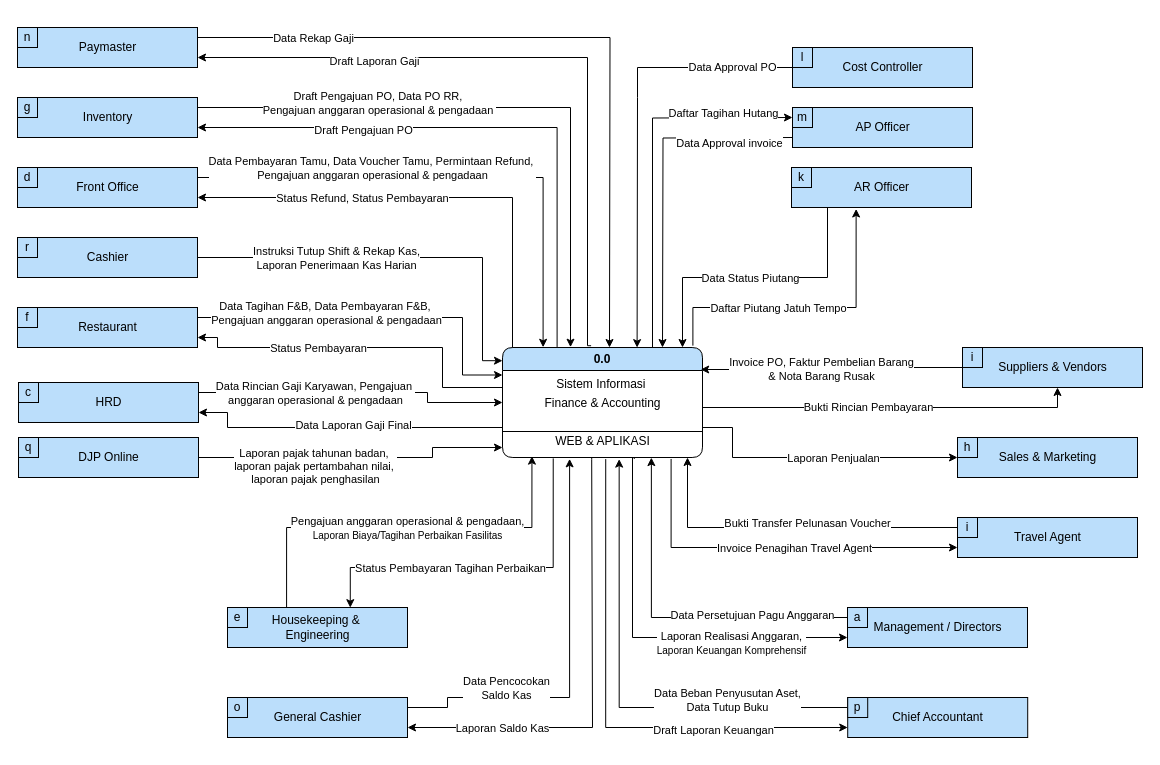
elikawicaksana/BuildIT_BasisData keeps this draw.io diagram as page "Diagram Konteks" (7 of 10) of DFD-FINANCE-MARU.drawio. Above is the earlier version. Source tidied: cells renumbered, new cells numbered last; positions are measured from the earlier drawing's top-left corner, leaving out a move shared by most shapes. Both pictures are drawn from the tidied source at 100%, with x=0, y=0 at pixel (17, 27).
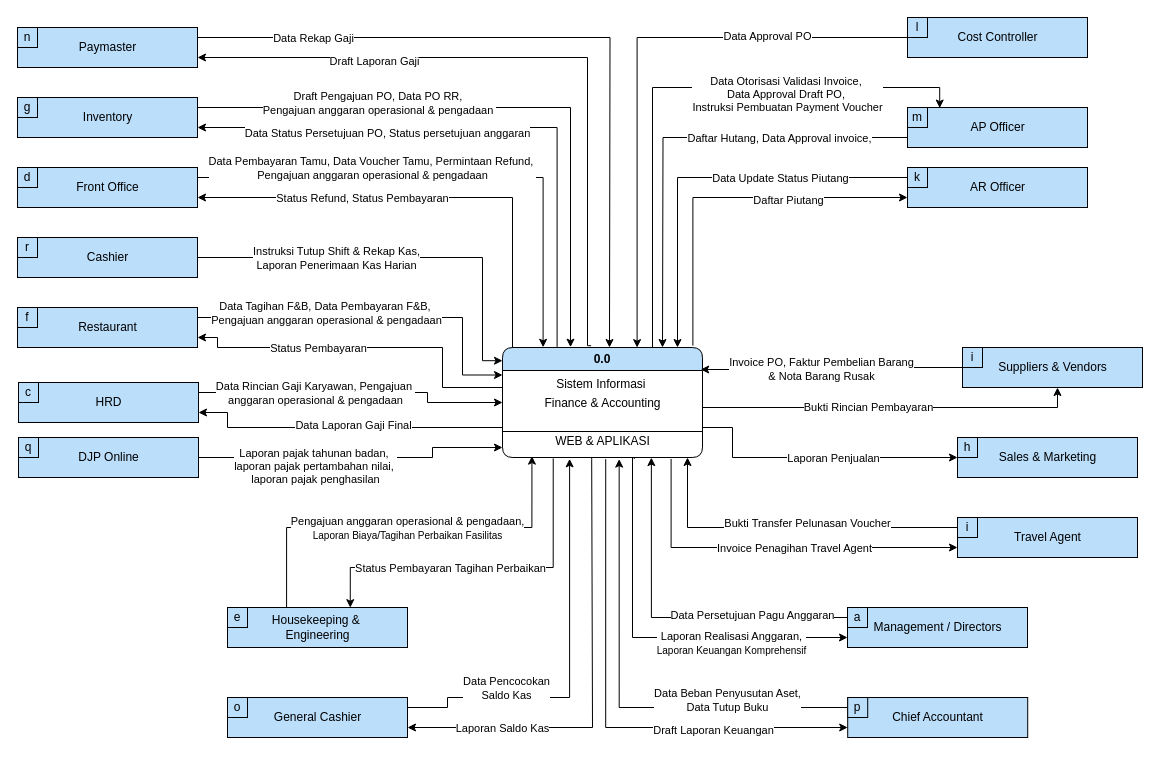
After the change.

The change refers to these unchanged cells:
```xml
<mxCell id="3" value="0.0" style="swimlane;whiteSpace=wrap;html=1;fillColor=#bbdefb;rounded=1;" parent="2" vertex="1">
  <mxGeometry width="200" height="110" as="geometry" />
</mxCell>
<mxCell id="85" style="rounded=0;whiteSpace=wrap;html=1;fillColor=#bbdefb;" parent="84" vertex="1">
  <mxGeometry x="-30" width="180" height="40" as="geometry" />
</mxCell>
<mxCell id="87" value="k" style="rounded=0;whiteSpace=wrap;html=1;labelBackgroundColor=none;fillColor=light-dark(#bbdefb, #193750);strokeColor=#000000;" parent="83" vertex="1">
  <mxGeometry width="20" height="20" as="geometry" />
</mxCell>
<mxCell id="92" value="l" style="rounded=0;whiteSpace=wrap;html=1;labelBackgroundColor=none;fillColor=light-dark(#bbdefb, #193750);strokeColor=#000000;" parent="88" vertex="1">
  <mxGeometry width="20" height="20" as="geometry" />
</mxCell>
<mxCell id="95" style="rounded=0;whiteSpace=wrap;html=1;fillColor=#bbdefb;" parent="94" vertex="1">
  <mxGeometry x="-30" width="180" height="40" as="geometry" />
</mxCell>
<mxCell id="141" style="edgeStyle=orthogonalEdgeStyle;rounded=0;jettySize=auto;html=1;entryX=1;entryY=0.75;entryDx=0;entryDy=0;exitX=0.273;exitY=-0.005;exitDx=0;exitDy=0;exitPerimeter=0;" parent="1" edge="1" source="3" target="113">
  <mxGeometry relative="1" as="geometry" />
</mxCell>
```

The edit, as a diff of the source:
```diff
@@
-    <mxCell id="28" style="edgeStyle=orthogonalEdgeStyle;rounded=0;jettySize=auto;html=1;entryX=0.673;entryY=0.001;entryDx=0;entryDy=0;entryPerimeter=0;exitX=0;exitY=0.5;exitDx=0;exitDy=0;" parent="1" edge="1" target="3">
+    <mxCell id="28" style="edgeStyle=orthogonalEdgeStyle;rounded=0;jettySize=auto;html=1;entryX=0.673;entryY=0.001;entryDx=0;entryDy=0;entryPerimeter=0;exitX=0;exitY=1;exitDx=0;exitDy=0;" parent="1" edge="1" source="92" target="3">
       <mxGeometry relative="1" as="geometry">
-        <mxPoint x="775" y="40" as="sourcePoint" />
         <Array as="points">
-          <mxPoint x="620" y="40" />
-          <mxPoint x="620" y="70" />
+          <mxPoint x="620" y="10" />
         </Array>
       </mxGeometry>
     </mxCell>
     <mxCell id="29" value="Data Approval PO" style="edgeLabel;html=1;align=center;verticalAlign=middle;" parent="28" vertex="1">
       <mxGeometry x="0.14" y="3" relative="1" as="geometry">
-        <mxPoint x="92" y="-94" as="offset" />
+        <mxPoint x="127" y="-62" as="offset" />
       </mxGeometry>
     </mxCell>
-    <mxCell id="30" style="edgeStyle=orthogonalEdgeStyle;rounded=0;orthogonalLoop=1;jettySize=auto;html=1;exitX=0.25;exitY=1;exitDx=0;exitDy=0;" parent="1" edge="1">
+    <mxCell id="30" style="edgeStyle=orthogonalEdgeStyle;rounded=0;jettySize=auto;html=1;exitX=0;exitY=0.5;exitDx=0;exitDy=0;entryX=0.875;entryY=0;entryDx=0;entryDy=0;entryPerimeter=0;" parent="1" edge="1" source="87" target="3">
       <mxGeometry relative="1" as="geometry">
-        <mxPoint x="810" y="180" as="sourcePoint" />
-        <mxPoint x="665" y="320" as="targetPoint" />
         <Array as="points">
-          <mxPoint x="810" y="250" />
-          <mxPoint x="665" y="250" />
+          <mxPoint x="660" y="150" />
         </Array>
       </mxGeometry>
     </mxCell>
-    <mxCell id="31" value="Data Status Piutang" style="edgeLabel;html=1;align=center;verticalAlign=middle;" parent="30" vertex="1">
+    <mxCell id="31" value="Data Update Status Piutang" style="edgeLabel;html=1;align=center;verticalAlign=middle;" parent="30" vertex="1">
       <mxGeometry x="0.09" y="3" relative="1" as="geometry">
-        <mxPoint x="7" y="-3" as="offset" />
+        <mxPoint x="90" y="-3" as="offset" />
       </mxGeometry>
     </mxCell>
-    <mxCell id="32" style="edgeStyle=orthogonalEdgeStyle;rounded=0;jettySize=auto;html=1;entryX=0.952;entryY=-0.017;entryDx=0;entryDy=0;entryPerimeter=0;exitX=0.359;exitY=1.037;exitDx=0;exitDy=0;startArrow=classic;startFill=1;endArrow=none;endFill=0;exitPerimeter=0;" parent="1" edge="1" source="85" target="3">
+    <mxCell id="32" style="edgeStyle=orthogonalEdgeStyle;rounded=0;jettySize=auto;html=1;entryX=0.952;entryY=-0.017;entryDx=0;entryDy=0;entryPerimeter=0;exitX=0;exitY=0.75;exitDx=0;exitDy=0;startArrow=classic;startFill=1;endArrow=none;endFill=0;" parent="1" edge="1" source="85" target="3">
       <mxGeometry relative="1" as="geometry">
         <Array as="points">
-          <mxPoint x="839" y="280" />
-          <mxPoint x="675" y="280" />
+          <mxPoint x="675" y="170" />
         </Array>
       </mxGeometry>
     </mxCell>
-    <mxCell id="33" value="Daftar Piutang&amp;nbsp;&lt;span style=&quot;background-color: light-dark(#ffffff, var(--ge-dark-color, #121212)); color: light-dark(rgb(0, 0, 0), rgb(255, 255, 255));&quot;&gt;Jatuh Tempo&lt;/span&gt;" style="edgeLabel;html=1;align=center;verticalAlign=middle;" parent="32" vertex="1">
+    <mxCell id="33" value="Daftar Piutang" style="edgeLabel;html=1;align=center;verticalAlign=middle;" parent="32" vertex="1">
       <mxGeometry x="0.48" y="1" relative="1" as="geometry">
-        <mxPoint x="45" y="-1" as="offset" />
+        <mxPoint x="94" y="-51" as="offset" />
       </mxGeometry>
     </mxCell>
-    <mxCell id="34" style="edgeStyle=orthogonalEdgeStyle;rounded=0;jettySize=auto;html=1;entryX=0.75;entryY=0;entryDx=0;entryDy=0;exitX=0;exitY=0.25;exitDx=0;exitDy=0;startArrow=classic;startFill=1;endArrow=none;endFill=0;" parent="1" edge="1" target="3">
-      <mxGeometry relative="1" as="geometry">
-        <mxPoint x="775" y="90" as="sourcePoint" />
-      </mxGeometry>
+    <mxCell id="34" style="edgeStyle=orthogonalEdgeStyle;rounded=0;jettySize=auto;html=1;entryX=0.75;entryY=0;entryDx=0;entryDy=0;startArrow=classic;startFill=1;endArrow=none;endFill=0;exitX=0.179;exitY=0.014;exitDx=0;exitDy=0;exitPerimeter=0;" parent="1" edge="1" source="95" target="3">
+      <mxGeometry relative="1" as="geometry" />
     </mxCell>
-    <mxCell id="35" value="Daftar Tagihan Hutang" style="edgeLabel;html=1;align=center;verticalAlign=middle;" parent="34" vertex="1">
+    <mxCell id="35" value="Data Otorisasi Validasi Invoice,&amp;nbsp;&lt;div&gt;Data Approval Draft PO,&amp;nbsp;&lt;/div&gt;&lt;div&gt;Instruksi Pembuatan Payment Voucher&lt;/div&gt;" style="edgeLabel;html=1;align=center;verticalAlign=middle;" parent="34" vertex="1">
       <mxGeometry x="-0.34" relative="1" as="geometry">
-        <mxPoint x="52" y="-5" as="offset" />
+        <mxPoint x="14" y="6" as="offset" />
       </mxGeometry>
     </mxCell>
-    <mxCell id="36" style="edgeStyle=orthogonalEdgeStyle;rounded=0;orthogonalLoop=1;jettySize=auto;html=1;exitX=0;exitY=0.75;exitDx=0;exitDy=0;" parent="1" edge="1">
+    <mxCell id="36" style="edgeStyle=orthogonalEdgeStyle;rounded=0;jettySize=auto;html=1;exitX=0;exitY=0.75;exitDx=0;exitDy=0;" parent="1" edge="1" source="95">
       <mxGeometry relative="1" as="geometry">
-        <mxPoint x="775" y="110" as="sourcePoint" />
         <mxPoint x="645" y="320" as="targetPoint" />
       </mxGeometry>
     </mxCell>
-    <mxCell id="37" value="Data Approval invoice" style="edgeLabel;html=1;align=center;verticalAlign=middle;" parent="36" vertex="1">
+    <mxCell id="37" value="Daftar Hutang, Data Approval invoice," style="edgeLabel;html=1;align=center;verticalAlign=middle;" parent="36" vertex="1">
       <mxGeometry x="-0.43" relative="1" as="geometry">
-        <mxPoint x="33" y="5" as="offset" />
+        <mxPoint x="1" as="offset" />
       </mxGeometry>
     </mxCell>
@@
     <mxCell id="83" style="group;" parent="1" vertex="1">
-      <mxGeometry x="774" y="140" width="180" height="50" as="geometry" />
+      <mxGeometry x="890" y="140" width="180" height="50" as="geometry" />
     </mxCell>
@@
     <mxCell id="88" style="group;" parent="1" vertex="1">
-      <mxGeometry x="775" y="20" width="180" height="50" as="geometry" />
+      <mxGeometry x="890" y="-10" width="180" height="50" as="geometry" />
     </mxCell>
@@
     <mxCell id="93" style="group;" parent="1" vertex="1">
-      <mxGeometry x="775" y="80" width="180" height="50" as="geometry" />
+      <mxGeometry x="890" y="80" width="180" height="50" as="geometry" />
     </mxCell>
@@
-    <mxCell id="142" value="Draft Pengajuan PO" style="edgeLabel;html=1;align=center;verticalAlign=middle;" parent="141" vertex="1">
+    <mxCell id="142" value="Data Status Persetujuan PO, Status persetujuan anggaran" style="edgeLabel;html=1;align=center;verticalAlign=middle;" parent="141" vertex="1">
       <mxGeometry x="0.43" y="3" relative="1" as="geometry">
-        <mxPoint y="-1" as="offset" />
+        <mxPoint x="24" y="2" as="offset" />
       </mxGeometry>
     </mxCell>
```
